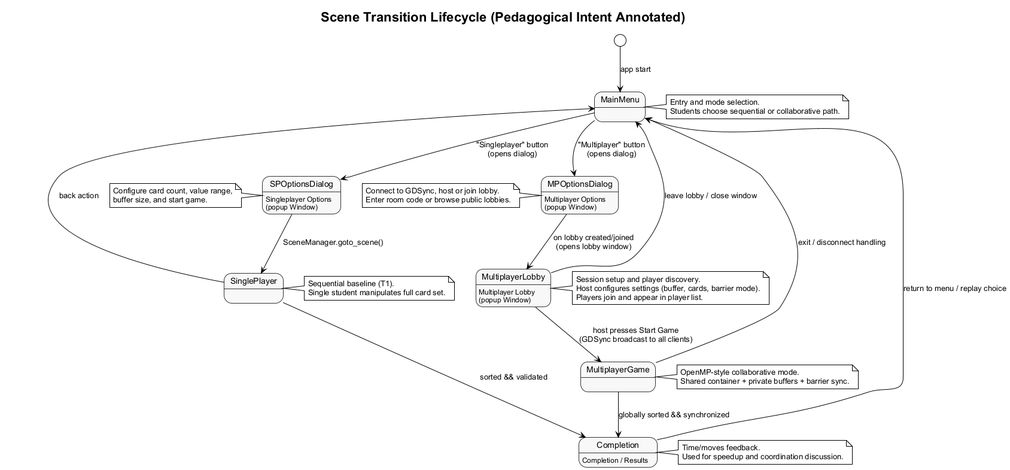
Above: figures/diagrams/scene-transition-lifecycle.png in Siponek/HPC-thesis (PlantUML), before the change. The source it was exported from:
```plantuml
@startuml scene-transition-lifecycle
!theme plain
skinparam backgroundColor white
skinparam defaultFontName Arial
skinparam state {
  BackgroundColor #f8f8f8
  BorderColor #333333
}

title Scene Transition Lifecycle (Pedagogical Intent Annotated)

[*] --> MainMenu : app start

state MainMenu
note right of MainMenu
Entry and mode selection.
Students choose sequential or collaborative path.
end note

state SPOptionsDialog : Singleplayer Options\n(popup Window)
note left of SPOptionsDialog
Configure card count, value range,
buffer size, and start game.
end note

state SinglePlayer
note right of SinglePlayer
Sequential baseline (T1).
Single student manipulates full card set.
end note

state MPOptionsDialog : Multiplayer Options\n(popup Window)
note left of MPOptionsDialog
Connect to GDSync, host or join lobby.
Enter room code or browse public lobbies.
end note

state MultiplayerLobby : Multiplayer Lobby\n(popup Window)
note right of MultiplayerLobby
Session setup and player discovery.
Host configures settings (buffer, cards, barrier mode).
Players join and appear in player list.
end note

state MultiplayerGame
note right of MultiplayerGame
OpenMP-style collaborative mode.
Shared container + private buffers + barrier sync.
end note

state Completion : Completion / Results
note right of Completion
Time/moves feedback.
Used for speedup and coordination discussion.
end note

MainMenu --> SPOptionsDialog : "Singleplayer" button\n(opens dialog)
SPOptionsDialog --> SinglePlayer : SceneManager.goto_scene()

MainMenu --> MPOptionsDialog : "Multiplayer" button\n(opens dialog)
MPOptionsDialog --> MultiplayerLobby : on lobby created/joined\n(opens lobby window)
MultiplayerLobby --> MultiplayerGame : host presses Start Game\n(GDSync broadcast to all clients)

SinglePlayer --> Completion : sorted && validated
MultiplayerGame --> Completion : globally sorted && synchronized

Completion --> MainMenu : return to menu / replay choice
SinglePlayer --> MainMenu : back action
MultiplayerLobby --> MainMenu : leave lobby / close window
MultiplayerGame --> MainMenu : exit / disconnect handling

@enduml
```
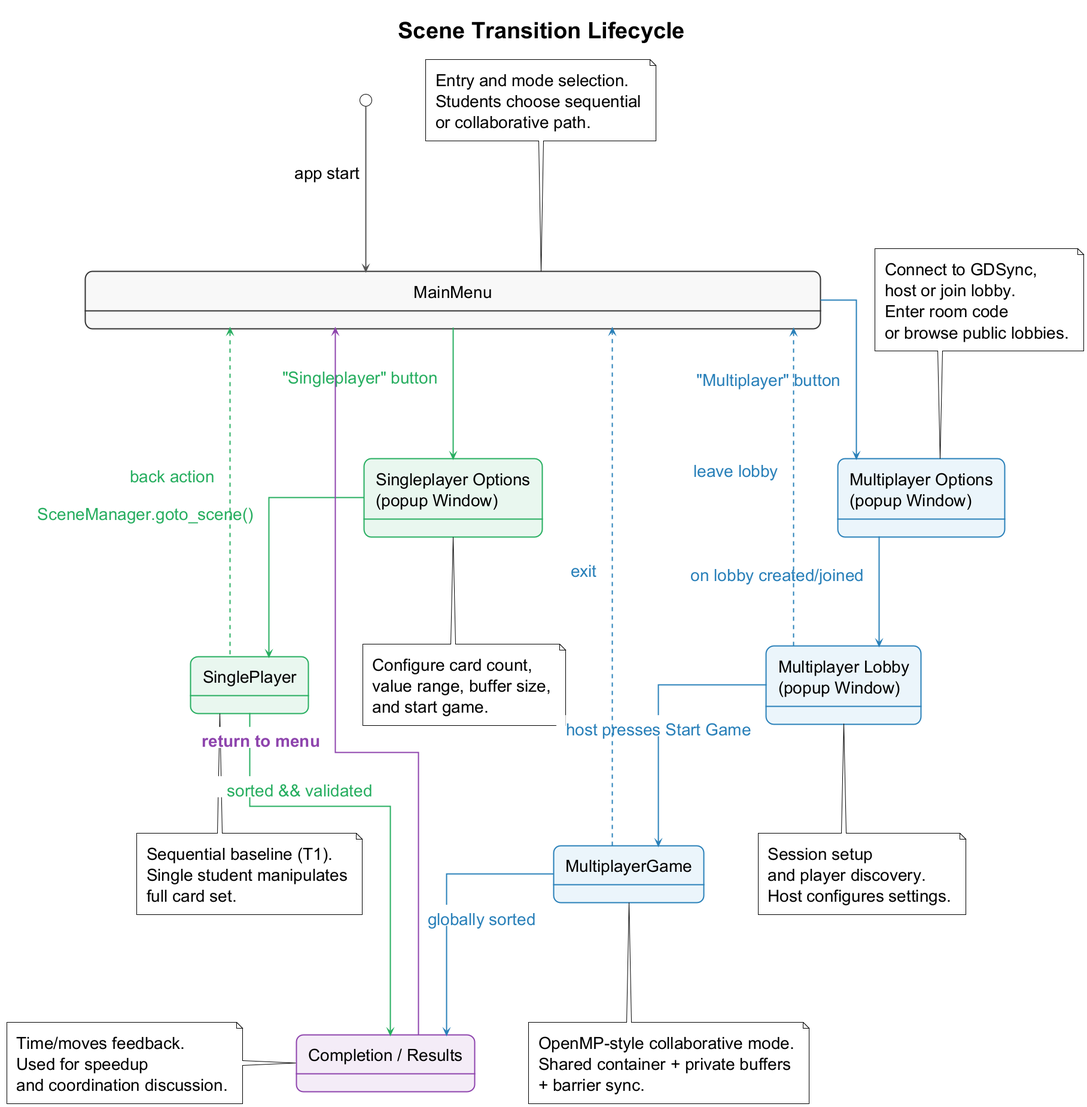
After the commit.

Diff of the diagram source:
```diff
@@ -1,72 +1,104 @@
 @startuml scene-transition-lifecycle
 !theme plain
-skinparam backgroundColor white
-skinparam defaultFontName Arial
+!import ../shared/theme.puml
+
 skinparam state {
   BackgroundColor #f8f8f8
   BorderColor #333333
 }
+skinparam backgroundColor white
+skinparam defaultFontName "Computer Modern"
+skinparam padding 10
+skinparam DefaultFontSize 34
+skinparam TitleFontSize 38
 
-title Scene Transition Lifecycle (Pedagogical Intent Annotated)
+skinparam ArrowThickness 2
+skinparam ArrowColor #555555
+skinparam linetype ortho
+skinparam nodesep 90
+skinparam ranksep 180
+skinparam StateFontSize 28
+skinparam StateFontName "Computer Modern"
+skinparam StateBorderThickness 2
+skinparam NoteFontSize 28
+skinparam NoteFontName "Computer Modern"
+skinparam NoteBorderThickness 1
+skinparam LabelFontSize 28
+skinparam ArrowFontSize 28
+skinparam LabelFontName "Computer Modern"
 
-[*] --> MainMenu : app start
 
-state MainMenu
-note right of MainMenu
-Entry and mode selection.
-Students choose sequential or collaborative path.
+title Scene Transition Lifecycle
+
+[*] -down-> MainMenu : app start
+
+state "<color:transparent>__________________________________________________________________________________________________________________________________________________________________</color>MainMenu<color:transparent>__________________________________________________________________________________________________________________________________________________________________</color>" as MainMenu
+
+note top of MainMenu
+  Entry and mode selection.
+  Students choose sequential
+  or collaborative path.
 end note
 
-state SPOptionsDialog : Singleplayer Options\n(popup Window)
-note left of SPOptionsDialog
-Configure card count, value range,
-buffer size, and start game.
+state "Singleplayer Options\n(popup Window)" as SPOptionsDialog #E9F7EF;line:27AE60
+note bottom of SPOptionsDialog
+  Configure card count,
+  value range, buffer size,
+  and start game.
 end note
 
-state SinglePlayer
-note right of SinglePlayer
-Sequential baseline (T1).
-Single student manipulates full card set.
+state SinglePlayer #E9F7EF;line:27AE60
+note bottom of SinglePlayer
+  Sequential baseline (T1).
+  Single student manipulates
+  full card set.
 end note
 
-state MPOptionsDialog : Multiplayer Options\n(popup Window)
-note left of MPOptionsDialog
-Connect to GDSync, host or join lobby.
-Enter room code or browse public lobbies.
+state "Multiplayer Options\n(popup Window)" as MPOptionsDialog #EBF5FB;line:2980B9
+note top of MPOptionsDialog
+  Connect to GDSync,
+  host or join lobby.
+  Enter room code
+  or browse public lobbies.
 end note
 
-state MultiplayerLobby : Multiplayer Lobby\n(popup Window)
-note right of MultiplayerLobby
-Session setup and player discovery.
-Host configures settings (buffer, cards, barrier mode).
-Players join and appear in player list.
+state "Multiplayer Lobby\n(popup Window)" as MultiplayerLobby #EBF5FB;line:2980B9
+note bottom of MultiplayerLobby
+  Session setup
+  and player discovery.
+  Host configures settings.
 end note
 
-state MultiplayerGame
-note right of MultiplayerGame
-OpenMP-style collaborative mode.
-Shared container + private buffers + barrier sync.
+state MultiplayerGame #EBF5FB;line:2980B9
+note bottom of MultiplayerGame
+  OpenMP-style collaborative mode.
+  Shared container + private buffers
+  + barrier sync.
 end note
 
-state Completion : Completion / Results
-note right of Completion
-Time/moves feedback.
-Used for speedup and coordination discussion.
+state "Completion / Results" as Completion #F4ECF7;line:8E44AD;line.bold
+note left of Completion
+  Time/moves feedback.
+  Used for speedup
+  and coordination discussion.
 end note
 
-MainMenu --> SPOptionsDialog : "Singleplayer" button\n(opens dialog)
-SPOptionsDialog --> SinglePlayer : SceneManager.goto_scene()
+MainMenu -[#27AE60]down-> SPOptionsDialog : <back:white>  <color:#27AE60>"Singleplayer" button</color>  </back>
+SPOptionsDialog -[#27AE60]down-> SinglePlayer : <back:white>  <color:#27AE60>SceneManager.goto_scene()</color>  </back>
 
-MainMenu --> MPOptionsDialog : "Multiplayer" button\n(opens dialog)
-MPOptionsDialog --> MultiplayerLobby : on lobby created/joined\n(opens lobby window)
-MultiplayerLobby --> MultiplayerGame : host presses Start Game\n(GDSync broadcast to all clients)
+MainMenu -[#2980B9]down-> MPOptionsDialog : <back:white>  <color:#2980B9>"Multiplayer" button</color>  </back>
+MPOptionsDialog -[#2980B9]down-> MultiplayerLobby : <back:white>  <color:#2980B9>on lobby created/joined</color>  </back>
+MultiplayerLobby -[#2980B9]down-> MultiplayerGame : <back:white>  <color:#2980B9>host presses Start Game</color>  </back>
 
-SinglePlayer --> Completion : sorted && validated
-MultiplayerGame --> Completion : globally sorted && synchronized
+SinglePlayer -[hidden]right-> MultiplayerGame
 
-Completion --> MainMenu : return to menu / replay choice
-SinglePlayer --> MainMenu : back action
-MultiplayerLobby --> MainMenu : leave lobby / close window
-MultiplayerGame --> MainMenu : exit / disconnect handling
+SinglePlayer -[#27AE60]down-> Completion : <back:white>  <color:#27AE60>sorted && validated</color>  </back>
+MultiplayerGame -[#2980B9]down-> Completion : <back:white>  <color:#2980B9>globally sorted</color>  </back>
+
+SinglePlayer -[dashed,#27AE60]left-> MainMenu : <back:white>  <color:#27AE60>back action</color>  </back>
+MultiplayerLobby -[dashed,#2980B9]right-> MainMenu : <back:white>  <color:#2980B9>leave lobby</color>  </back>
+MultiplayerGame --[dashed,#2980B9]right-> MainMenu : <back:white>  <color:#2980B9>exit</color>  </back>
+
+Completion -[bold,#8E44AD]up-> MainMenu : <back:white>  <color:#8E44AD><b>return to menu</b></color>  </back>
 
 @enduml
```
